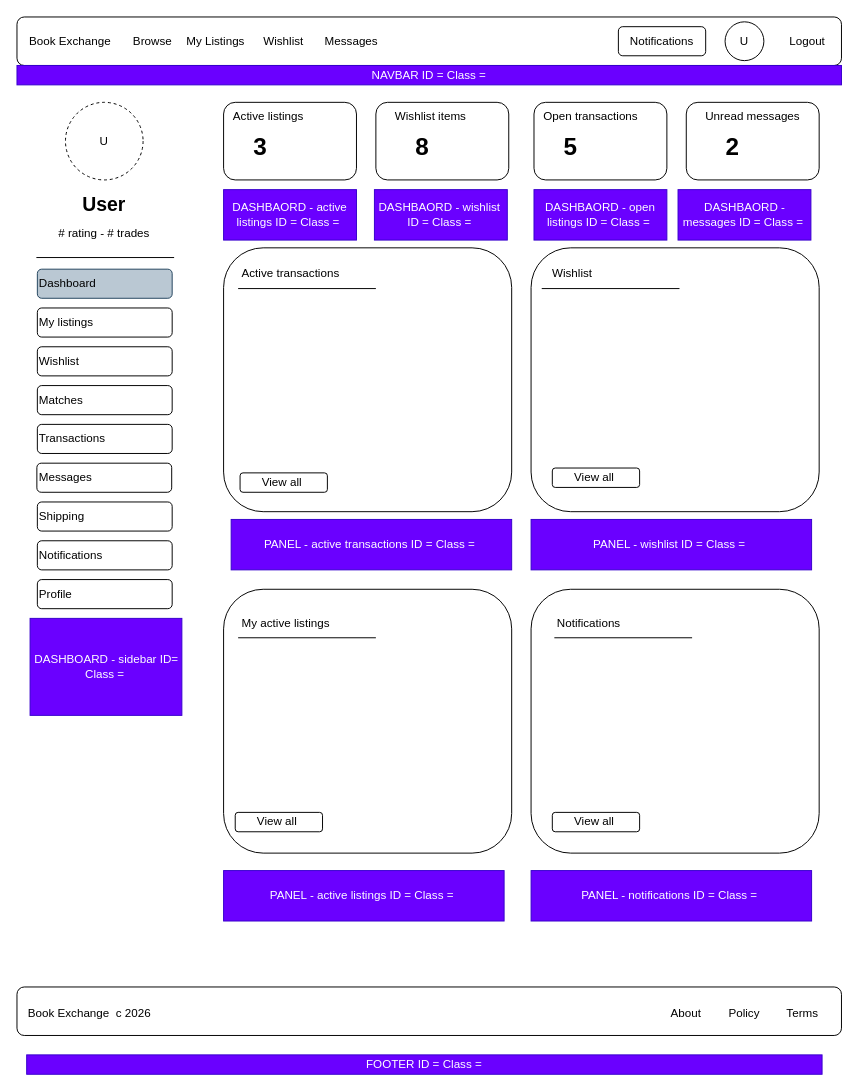
This is docs/wireframes/dashboard.drawio from Web-Development-UAlberta/Book-Exchange-Project, a draw.io file, before an edit. Source tidied: cells renumbered, new cells numbered last; positions are measured from the earlier drawing's top-left corner, leaving out a move shared by most shapes. Both pictures are drawn from the tidied source at 97%, with x=0, y=0 at pixel (16, 16).
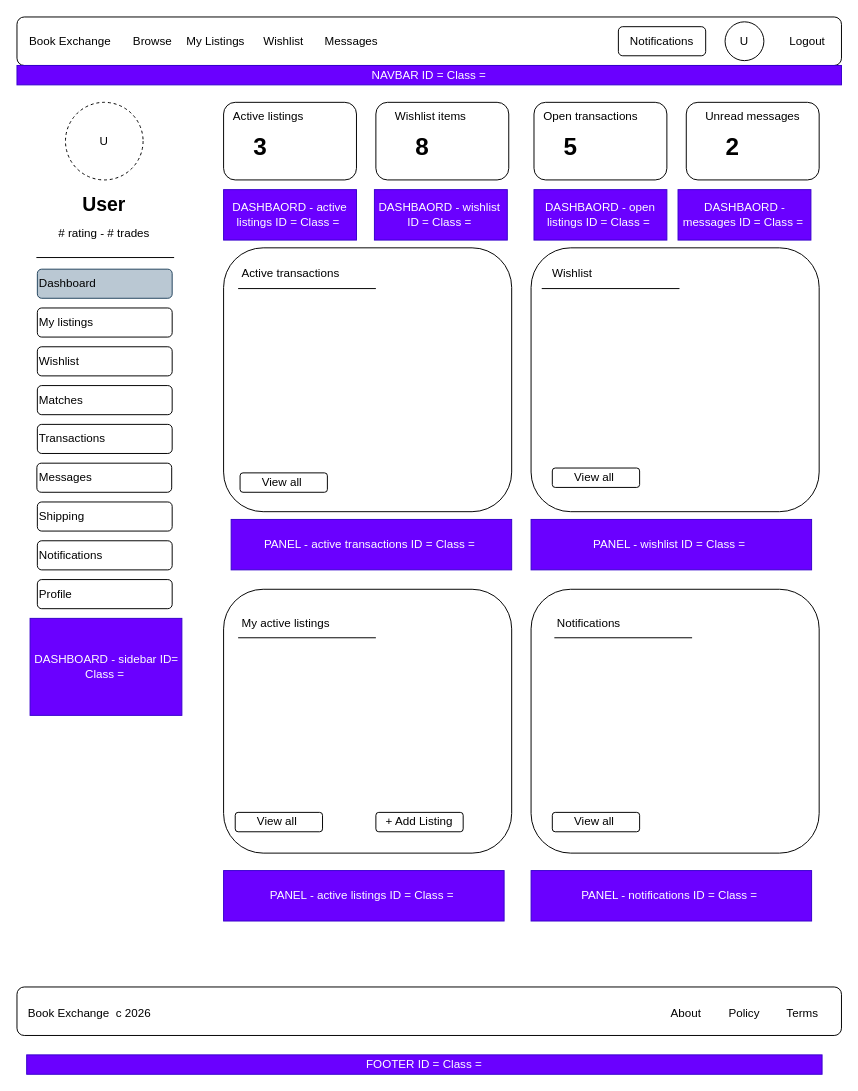
The same diagram, later.

The edit, as a diff of the source:
```diff
@@
+    <mxCell id="70" value="+ Add Listing" style="rounded=1;whiteSpace=wrap;html=1;" parent="1" vertex="1">
+      <mxGeometry x="370" y="820" width="90" height="20" as="geometry" />
+    </mxCell>
```
